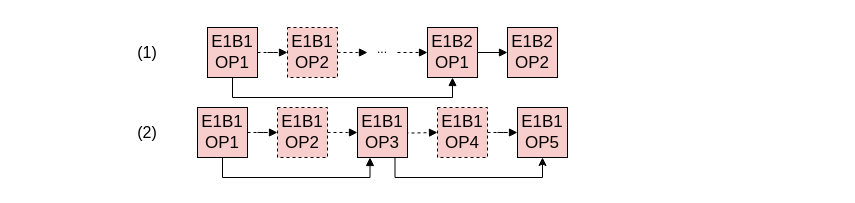
Before: fig/GC.drawio in icszhr/NCheck, a draw.io diagram. Source tidied: cells renumbered, new cells numbered last; positions are measured from the earlier drawing's top-left corner, leaving out a move shared by most shapes. Both pictures are drawn from the tidied source at 100%, with x=0, y=0 at pixel (117, 27).
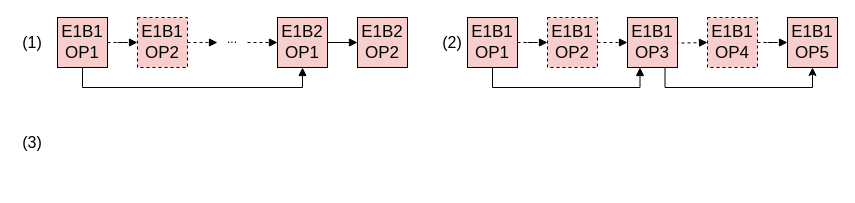
Above is the later version.

Diff of the diagram source:
```diff
@@
     <mxCell id="4" value="&lt;font style=&quot;font-size: 17px;&quot;&gt;E1B1&lt;/font&gt;&lt;div&gt;&lt;span style=&quot;font-size: 17px;&quot;&gt;OP1&lt;/span&gt;&lt;/div&gt;" style="whiteSpace=wrap;html=1;fillColor=#F8CECC;" parent="1" vertex="1">
-      <mxGeometry x="90" width="50" height="50" as="geometry" />
+      <mxGeometry x="-60" y="-10" width="50" height="50" as="geometry" />
     </mxCell>
     <mxCell id="5" style="edgeStyle=orthogonalEdgeStyle;rounded=0;jettySize=auto;html=1;entryX=0;entryY=0.5;entryDx=0;entryDy=0;endArrow=block;endFill=1;dashed=1;" parent="1" edge="1" source="6">
       <mxGeometry relative="1" as="geometry">
-        <mxPoint x="250" y="25" as="targetPoint" />
+        <mxPoint x="100" y="15" as="targetPoint" />
       </mxGeometry>
     </mxCell>
     <mxCell id="6" value="&lt;font style=&quot;font-size: 17px;&quot;&gt;E1B1&lt;/font&gt;&lt;div&gt;&lt;font style=&quot;font-size: 17px;&quot;&gt;OP2&lt;/font&gt;&lt;/div&gt;" style="whiteSpace=wrap;html=1;fillColor=#F8CECC;dashed=1;" parent="1" vertex="1">
-      <mxGeometry x="170" width="50" height="50" as="geometry" />
+      <mxGeometry x="20" y="-10" width="50" height="50" as="geometry" />
     </mxCell>
     <mxCell id="7" style="edgeStyle=orthogonalEdgeStyle;rounded=0;jettySize=auto;html=1;entryX=0;entryY=0.5;entryDx=0;entryDy=0;endArrow=block;endFill=1;dashed=1;" parent="1" edge="1" target="9">
       <mxGeometry relative="1" as="geometry">
-        <mxPoint x="280" y="25" as="sourcePoint" />
+        <mxPoint x="130" y="15" as="sourcePoint" />
       </mxGeometry>
     </mxCell>
@@
     <mxCell id="9" value="&lt;font style=&quot;font-size: 17px;&quot;&gt;E1B2&lt;/font&gt;&lt;div&gt;&lt;font style=&quot;font-size: 17px;&quot;&gt;OP1&lt;/font&gt;&lt;/div&gt;" style="whiteSpace=wrap;html=1;fillColor=#F8CECC;" parent="1" vertex="1">
-      <mxGeometry x="310" width="50" height="50" as="geometry" />
+      <mxGeometry x="160" y="-10" width="50" height="50" as="geometry" />
     </mxCell>
     <mxCell id="10" value="&lt;font style=&quot;font-size: 17px;&quot;&gt;E1B2&lt;/font&gt;&lt;div&gt;&lt;font style=&quot;font-size: 17px;&quot;&gt;OP2&lt;/font&gt;&lt;/div&gt;" style="whiteSpace=wrap;html=1;fillColor=#F8CECC;" parent="1" vertex="1">
-      <mxGeometry x="390" width="50" height="50" as="geometry" />
+      <mxGeometry x="240" y="-10" width="50" height="50" as="geometry" />
     </mxCell>
     <mxCell id="11" value="..." style="text;html=1;align=center;verticalAlign=middle;whiteSpace=wrap;rounded=0;" parent="1" vertex="1">
-      <mxGeometry x="250" y="17" width="30" height="10" as="geometry" />
+      <mxGeometry x="100" y="7" width="30" height="10" as="geometry" />
     </mxCell>
     <mxCell id="12" value="&lt;font style=&quot;font-size: 16px;&quot;&gt;(1)&lt;/font&gt;" style="text;html=1;align=center;verticalAlign=middle;whiteSpace=wrap;rounded=0;" parent="1" vertex="1">
-      <mxGeometry y="10" width="60" height="30" as="geometry" />
+      <mxGeometry x="-100" width="30" height="30" as="geometry" />
     </mxCell>
     <mxCell id="13" value="&lt;font style=&quot;font-size: 16px;&quot;&gt;(2)&lt;/font&gt;" style="text;html=1;align=center;verticalAlign=middle;whiteSpace=wrap;rounded=0;" parent="1" vertex="1">
-      <mxGeometry y="90" width="60" height="30" as="geometry" />
+      <mxGeometry x="320" width="30" height="30" as="geometry" />
     </mxCell>
@@
     <mxCell id="16" value="&lt;font style=&quot;font-size: 17px;&quot;&gt;E1B1&lt;/font&gt;&lt;div&gt;&lt;span style=&quot;font-size: 17px;&quot;&gt;OP1&lt;/span&gt;&lt;/div&gt;" style="whiteSpace=wrap;html=1;fillColor=#F8CECC;" parent="1" vertex="1">
-      <mxGeometry x="80" y="80" width="50" height="50" as="geometry" />
+      <mxGeometry x="350" y="-10" width="50" height="50" as="geometry" />
     </mxCell>
     <mxCell id="17" style="edgeStyle=orthogonalEdgeStyle;rounded=0;jettySize=auto;html=1;entryX=0;entryY=0.5;entryDx=0;entryDy=0;endArrow=block;endFill=1;dashed=1;" parent="1" edge="1" source="18">
       <mxGeometry relative="1" as="geometry">
-        <mxPoint x="240" y="105" as="targetPoint" />
+        <mxPoint x="510" y="15" as="targetPoint" />
       </mxGeometry>
     </mxCell>
     <mxCell id="18" value="&lt;font style=&quot;font-size: 17px;&quot;&gt;E1B1&lt;/font&gt;&lt;div&gt;&lt;font style=&quot;font-size: 17px;&quot;&gt;OP2&lt;/font&gt;&lt;/div&gt;" style="whiteSpace=wrap;html=1;fillColor=#F8CECC;dashed=1;" parent="1" vertex="1">
-      <mxGeometry x="160" y="80" width="50" height="50" as="geometry" />
+      <mxGeometry x="430" y="-10" width="50" height="50" as="geometry" />
     </mxCell>
     <mxCell id="19" style="edgeStyle=orthogonalEdgeStyle;rounded=0;jettySize=auto;html=1;entryX=0;entryY=0.5;entryDx=0;entryDy=0;endArrow=block;endFill=1;dashed=1;" parent="1" edge="1" target="21">
       <mxGeometry relative="1" as="geometry">
-        <mxPoint x="270" y="105" as="sourcePoint" />
+        <mxPoint x="540" y="15" as="sourcePoint" />
       </mxGeometry>
     </mxCell>
@@
     <mxCell id="21" value="&lt;font style=&quot;font-size: 17px;&quot;&gt;E1B1&lt;/font&gt;&lt;div&gt;&lt;font style=&quot;font-size: 17px;&quot;&gt;OP4&lt;/font&gt;&lt;/div&gt;" style="whiteSpace=wrap;html=1;fillColor=#F8CECC;dashed=1;" parent="1" vertex="1">
-      <mxGeometry x="320" y="80" width="50" height="50" as="geometry" />
+      <mxGeometry x="590" y="-10" width="50" height="50" as="geometry" />
     </mxCell>
     <mxCell id="22" value="&lt;font style=&quot;font-size: 17px;&quot;&gt;E1B1&lt;/font&gt;&lt;div&gt;&lt;font style=&quot;font-size: 17px;&quot;&gt;OP5&lt;/font&gt;&lt;/div&gt;" style="whiteSpace=wrap;html=1;fillColor=#F8CECC;" parent="1" vertex="1">
-      <mxGeometry x="400" y="80" width="50" height="50" as="geometry" />
+      <mxGeometry x="670" y="-10" width="50" height="50" as="geometry" />
     </mxCell>
@@
     <mxCell id="24" value="&lt;font style=&quot;font-size: 17px;&quot;&gt;E1B1&lt;/font&gt;&lt;div&gt;&lt;font style=&quot;font-size: 17px;&quot;&gt;OP3&lt;/font&gt;&lt;/div&gt;" style="whiteSpace=wrap;html=1;fillColor=#F8CECC;" parent="1" vertex="1">
-      <mxGeometry x="240" y="80" width="50" height="50" as="geometry" />
+      <mxGeometry x="510" y="-10" width="50" height="50" as="geometry" />
     </mxCell>
+    <mxCell id="25" value="&lt;font style=&quot;font-size: 16px;&quot;&gt;(3)&lt;/font&gt;" style="text;html=1;align=center;verticalAlign=middle;whiteSpace=wrap;rounded=0;" parent="1" vertex="1">
+      <mxGeometry x="-100" y="100" width="30" height="30" as="geometry" />
+    </mxCell>
```
